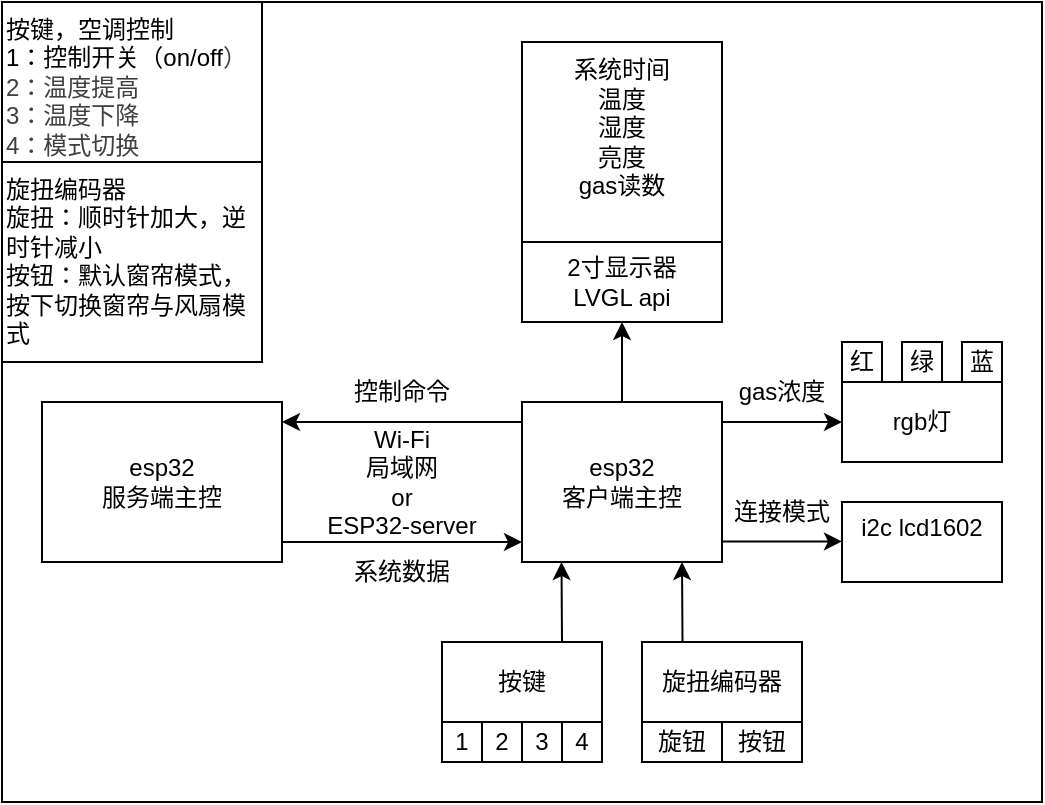
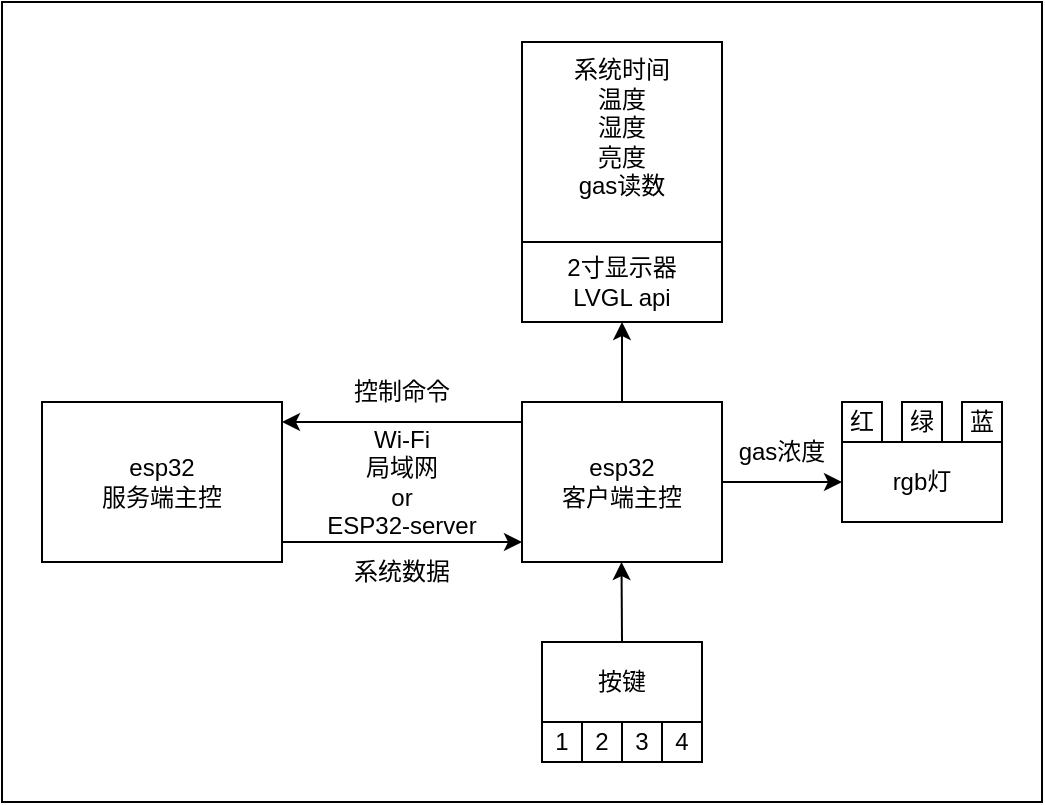
<mxfile host="65bd71144e">
    <diagram id="zGO95dNixAYQ7A7JCuT7" name="第 1 页">
-         <mxGraphModel dx="1405" dy="583" grid="1" gridSize="10" guides="1" tooltips="1" connect="1" arrows="1" fold="1" page="1" pageScale="1" pageWidth="827" pageHeight="1169" math="0" shadow="0">
+         <mxGraphModel dx="1442" dy="569" grid="1" gridSize="10" guides="1" tooltips="1" connect="1" arrows="1" fold="1" page="1" pageScale="1" pageWidth="827" pageHeight="1169" math="0" shadow="0">
            <root>
                <mxCell id="0"/>
                <mxCell id="1" parent="0"/>
-                 <mxCell id="49" value="" style="rounded=0;whiteSpace=wrap;html=1;" vertex="1" parent="1">
+                 <mxCell id="49" value="" style="rounded=0;whiteSpace=wrap;html=1;" parent="1" vertex="1">
                    <mxGeometry x="-20" y="80" width="520" height="400" as="geometry"/>
                </mxCell>
-                 <mxCell id="5" value="" style="edgeStyle=none;html=1;" edge="1" parent="1" source="3" target="4">
+                 <mxCell id="5" value="" style="edgeStyle=none;html=1;" parent="1" source="3" target="4" edge="1">
                    <mxGeometry relative="1" as="geometry"/>
                </mxCell>
-                 <mxCell id="12" style="edgeStyle=none;html=1;" edge="1" parent="1">
+                 <mxCell id="12" style="edgeStyle=none;html=1;" parent="1" edge="1">
                    <mxGeometry relative="1" as="geometry">
                        <mxPoint x="240" y="290" as="sourcePoint"/>
                        <mxPoint x="119.99999999999994" y="290" as="targetPoint"/>
                    </mxGeometry>
                </mxCell>
-                 <mxCell id="3" value="esp32&lt;div&gt;客户端主控&lt;/div&gt;" style="rounded=0;whiteSpace=wrap;html=1;" vertex="1" parent="1">
+                 <mxCell id="3" value="esp32&lt;div&gt;客户端主控&lt;/div&gt;" style="rounded=0;whiteSpace=wrap;html=1;" parent="1" vertex="1">
                    <mxGeometry x="240" y="280" width="100" height="80" as="geometry"/>
                </mxCell>
-                 <mxCell id="4" value="2寸显示器&lt;br&gt;&lt;span style=&quot;color: rgb(0, 0, 0);&quot;&gt;LVGL api&lt;/span&gt;" style="rounded=0;whiteSpace=wrap;html=1;" vertex="1" parent="1">
+                 <mxCell id="4" value="2寸显示器&lt;br&gt;&lt;span style=&quot;color: rgb(0, 0, 0);&quot;&gt;LVGL api&lt;/span&gt;" style="rounded=0;whiteSpace=wrap;html=1;" parent="1" vertex="1">
                    <mxGeometry x="240" y="200" width="100" height="40" as="geometry"/>
                </mxCell>
-                 <mxCell id="8" value="系统时间&lt;br&gt;温度&lt;br&gt;湿度&lt;br&gt;亮度&lt;br&gt;gas读数&lt;div&gt;&lt;br/&gt;&lt;/div&gt;" style="whiteSpace=wrap;html=1;aspect=fixed;" vertex="1" parent="1">
+                 <mxCell id="8" value="系统时间&lt;br&gt;温度&lt;br&gt;湿度&lt;br&gt;亮度&lt;br&gt;gas读数&lt;div&gt;&lt;br/&gt;&lt;/div&gt;" style="whiteSpace=wrap;html=1;aspect=fixed;" parent="1" vertex="1">
                    <mxGeometry x="240" y="100" width="100" height="100" as="geometry"/>
                </mxCell>
-                 <mxCell id="9" value="esp32&lt;br&gt;服务端主控" style="rounded=0;whiteSpace=wrap;html=1;" vertex="1" parent="1">
+                 <mxCell id="9" value="esp32&lt;br&gt;服务端主控" style="rounded=0;whiteSpace=wrap;html=1;" parent="1" vertex="1">
                    <mxGeometry y="280" width="120" height="80" as="geometry"/>
                </mxCell>
-                 <mxCell id="13" style="edgeStyle=none;html=1;" edge="1" parent="1">
+                 <mxCell id="13" style="edgeStyle=none;html=1;" parent="1" edge="1">
                    <mxGeometry relative="1" as="geometry">
                        <mxPoint x="119.99999999999994" y="350" as="sourcePoint"/>
                        <mxPoint x="240" y="350" as="targetPoint"/>
                    </mxGeometry>
                </mxCell>
-                 <mxCell id="14" value="Wi-Fi&lt;br&gt;局域网&lt;div&gt;or&lt;/div&gt;&lt;div&gt;ESP32-server&lt;/div&gt;" style="text;html=1;align=center;verticalAlign=middle;whiteSpace=wrap;rounded=0;" vertex="1" parent="1">
+                 <mxCell id="14" value="Wi-Fi&lt;br&gt;局域网&lt;div&gt;or&lt;/div&gt;&lt;div&gt;ESP32-server&lt;/div&gt;" style="text;html=1;align=center;verticalAlign=middle;whiteSpace=wrap;rounded=0;" parent="1" vertex="1">
                    <mxGeometry x="110" y="305" width="140" height="30" as="geometry"/>
                </mxCell>
-                 <mxCell id="15" value="系统数据" style="text;html=1;align=center;verticalAlign=middle;whiteSpace=wrap;rounded=0;" vertex="1" parent="1">
+                 <mxCell id="15" value="系统数据" style="text;html=1;align=center;verticalAlign=middle;whiteSpace=wrap;rounded=0;" parent="1" vertex="1">
                    <mxGeometry x="150" y="350" width="60" height="30" as="geometry"/>
                </mxCell>
-                 <mxCell id="16" value="控制命令" style="text;html=1;align=center;verticalAlign=middle;whiteSpace=wrap;rounded=0;" vertex="1" parent="1">
+                 <mxCell id="16" value="控制命令" style="text;html=1;align=center;verticalAlign=middle;whiteSpace=wrap;rounded=0;" parent="1" vertex="1">
                    <mxGeometry x="150" y="260" width="60" height="30" as="geometry"/>
                </mxCell>
-                 <mxCell id="17" value="rgb灯" style="rounded=0;whiteSpace=wrap;html=1;" vertex="1" parent="1">
-                     <mxGeometry x="400" y="270" width="80" height="40" as="geometry"/>
+                 <mxCell id="17" value="rgb灯" style="rounded=0;whiteSpace=wrap;html=1;" parent="1" vertex="1">
+                     <mxGeometry x="400" y="300" width="80" height="40" as="geometry"/>
                </mxCell>
-                 <mxCell id="18" value="红" style="whiteSpace=wrap;html=1;aspect=fixed;" vertex="1" parent="1">
-                     <mxGeometry x="400" y="250" width="20" height="20" as="geometry"/>
+                 <mxCell id="18" value="红" style="whiteSpace=wrap;html=1;aspect=fixed;" parent="1" vertex="1">
+                     <mxGeometry x="400" y="280" width="20" height="20" as="geometry"/>
                </mxCell>
-                 <mxCell id="19" value="绿" style="whiteSpace=wrap;html=1;aspect=fixed;" vertex="1" parent="1">
-                     <mxGeometry x="430" y="250" width="20" height="20" as="geometry"/>
+                 <mxCell id="19" value="绿" style="whiteSpace=wrap;html=1;aspect=fixed;" parent="1" vertex="1">
+                     <mxGeometry x="430" y="280" width="20" height="20" as="geometry"/>
                </mxCell>
-                 <mxCell id="20" value="蓝" style="whiteSpace=wrap;html=1;aspect=fixed;" vertex="1" parent="1">
-                     <mxGeometry x="460" y="250" width="20" height="20" as="geometry"/>
+                 <mxCell id="20" value="蓝" style="whiteSpace=wrap;html=1;aspect=fixed;" parent="1" vertex="1">
+                     <mxGeometry x="460" y="280" width="20" height="20" as="geometry"/>
                </mxCell>
-                 <mxCell id="25" value="" style="edgeStyle=none;html=1;" edge="1" parent="1">
+                 <mxCell id="26" value="" style="edgeStyle=none;html=1;" parent="1" edge="1">
                    <mxGeometry relative="1" as="geometry">
-                         <mxPoint x="340" y="349.73" as="sourcePoint"/>
-                         <mxPoint x="400" y="349.73" as="targetPoint"/>
+                         <mxPoint x="340" y="320" as="sourcePoint"/>
+                         <mxPoint x="400" y="320" as="targetPoint"/>
                    </mxGeometry>
                </mxCell>
-                 <mxCell id="21" value="i2c lcd1602&lt;div&gt;&lt;br&gt;&lt;/div&gt;" style="rounded=0;whiteSpace=wrap;html=1;" vertex="1" parent="1">
-                     <mxGeometry x="400" y="330" width="80" height="40" as="geometry"/>
+                 <mxCell id="27" value="gas浓度" style="text;html=1;align=center;verticalAlign=middle;whiteSpace=wrap;rounded=0;" parent="1" vertex="1">
+                     <mxGeometry x="340" y="290" width="60" height="30" as="geometry"/>
                </mxCell>
-                 <mxCell id="26" value="" style="edgeStyle=none;html=1;" edge="1" parent="1">
+                 <mxCell id="30" value="按键" style="rounded=0;whiteSpace=wrap;html=1;" parent="1" vertex="1">
+                     <mxGeometry x="250" y="400" width="80" height="40" as="geometry"/>
+                 </mxCell>
+                 <mxCell id="31" value="1" style="whiteSpace=wrap;html=1;aspect=fixed;" parent="1" vertex="1">
+                     <mxGeometry x="250" y="440" width="20" height="20" as="geometry"/>
+                 </mxCell>
+                 <mxCell id="32" value="2" style="whiteSpace=wrap;html=1;aspect=fixed;" parent="1" vertex="1">
+                     <mxGeometry x="270" y="440" width="20" height="20" as="geometry"/>
+                 </mxCell>
+                 <mxCell id="33" value="3" style="whiteSpace=wrap;html=1;aspect=fixed;" parent="1" vertex="1">
+                     <mxGeometry x="290" y="440" width="20" height="20" as="geometry"/>
+                 </mxCell>
+                 <mxCell id="34" value="4" style="whiteSpace=wrap;html=1;aspect=fixed;" parent="1" vertex="1">
+                     <mxGeometry x="310" y="440" width="20" height="20" as="geometry"/>
+                 </mxCell>
+                 <mxCell id="47" value="" style="edgeStyle=none;html=1;" parent="1" edge="1">
                    <mxGeometry relative="1" as="geometry">
-                         <mxPoint x="340" y="290" as="sourcePoint"/>
-                         <mxPoint x="400" y="290" as="targetPoint"/>
+                         <mxPoint x="290" y="400" as="sourcePoint"/>
+                         <mxPoint x="289.75" y="360" as="targetPoint"/>
                    </mxGeometry>
-                 </mxCell>
-                 <mxCell id="27" value="gas浓度" style="text;html=1;align=center;verticalAlign=middle;whiteSpace=wrap;rounded=0;" vertex="1" parent="1">
-                     <mxGeometry x="340" y="260" width="60" height="30" as="geometry"/>
-                 </mxCell>
-                 <mxCell id="28" value="连接模式" style="text;html=1;align=center;verticalAlign=middle;whiteSpace=wrap;rounded=0;" vertex="1" parent="1">
-                     <mxGeometry x="340" y="320" width="60" height="30" as="geometry"/>
-                 </mxCell>
-                 <mxCell id="30" value="按键" style="rounded=0;whiteSpace=wrap;html=1;" vertex="1" parent="1">
-                     <mxGeometry x="200" y="400" width="80" height="40" as="geometry"/>
-                 </mxCell>
-                 <mxCell id="31" value="1" style="whiteSpace=wrap;html=1;aspect=fixed;" vertex="1" parent="1">
-                     <mxGeometry x="200" y="440" width="20" height="20" as="geometry"/>
-                 </mxCell>
-                 <mxCell id="32" value="2" style="whiteSpace=wrap;html=1;aspect=fixed;" vertex="1" parent="1">
-                     <mxGeometry x="220" y="440" width="20" height="20" as="geometry"/>
-                 </mxCell>
-                 <mxCell id="33" value="3" style="whiteSpace=wrap;html=1;aspect=fixed;" vertex="1" parent="1">
-                     <mxGeometry x="240" y="440" width="20" height="20" as="geometry"/>
-                 </mxCell>
-                 <mxCell id="34" value="4" style="whiteSpace=wrap;html=1;aspect=fixed;" vertex="1" parent="1">
-                     <mxGeometry x="260" y="440" width="20" height="20" as="geometry"/>
-                 </mxCell>
-                 <mxCell id="35" value="旋扭编码器" style="rounded=0;whiteSpace=wrap;html=1;" vertex="1" parent="1">
-                     <mxGeometry x="300" y="400" width="80" height="40" as="geometry"/>
-                 </mxCell>
-                 <mxCell id="40" value="旋钮" style="rounded=0;whiteSpace=wrap;html=1;" vertex="1" parent="1">
-                     <mxGeometry x="300" y="440" width="40" height="20" as="geometry"/>
-                 </mxCell>
-                 <mxCell id="47" value="" style="edgeStyle=none;html=1;" edge="1" parent="1">
-                     <mxGeometry relative="1" as="geometry">
-                         <mxPoint x="260" y="400" as="sourcePoint"/>
-                         <mxPoint x="259.75" y="360" as="targetPoint"/>
-                     </mxGeometry>
-                 </mxCell>
-                 <mxCell id="41" value="按钮" style="rounded=0;whiteSpace=wrap;html=1;" vertex="1" parent="1">
-                     <mxGeometry x="340" y="440" width="40" height="20" as="geometry"/>
-                 </mxCell>
-                 <mxCell id="48" value="" style="edgeStyle=none;html=1;" edge="1" parent="1">
-                     <mxGeometry relative="1" as="geometry">
-                         <mxPoint x="320.25" y="400" as="sourcePoint"/>
-                         <mxPoint x="320" y="360" as="targetPoint"/>
-                     </mxGeometry>
-                 </mxCell>
-                 <mxCell id="53" value="按键，空调控制&lt;div&gt;1：控制开关（on/off&lt;span style=&quot;color: rgb(63, 63, 63); background-color: transparent;&quot;&gt;）&lt;/span&gt;&lt;/div&gt;&lt;div&gt;&lt;span style=&quot;color: rgb(63, 63, 63); background-color: transparent;&quot;&gt;2：温度提高&lt;br&gt;3：温度下降&lt;/span&gt;&lt;/div&gt;&lt;div&gt;&lt;span style=&quot;color: rgb(63, 63, 63); background-color: transparent;&quot;&gt;4：模式切换&lt;/span&gt;&lt;/div&gt;" style="text;html=1;align=left;verticalAlign=top;whiteSpace=wrap;rounded=0;horizontal=1;strokeColor=default;" vertex="1" parent="1">
-                     <mxGeometry x="-20" y="80" width="130" height="80" as="geometry"/>
-                 </mxCell>
-                 <mxCell id="54" value="旋扭编码器&lt;div&gt;旋扭：顺时针加大，逆时针减小&lt;/div&gt;&lt;div&gt;按钮：默认窗帘模式，按下切换窗帘与风扇模式&lt;/div&gt;" style="text;html=1;align=left;verticalAlign=top;whiteSpace=wrap;rounded=0;horizontal=1;strokeColor=default;" vertex="1" parent="1">
-                     <mxGeometry x="-20" y="160" width="130" height="100" as="geometry"/>
                </mxCell>
            </root>
        </mxGraphModel>
    </diagram>
</mxfile>